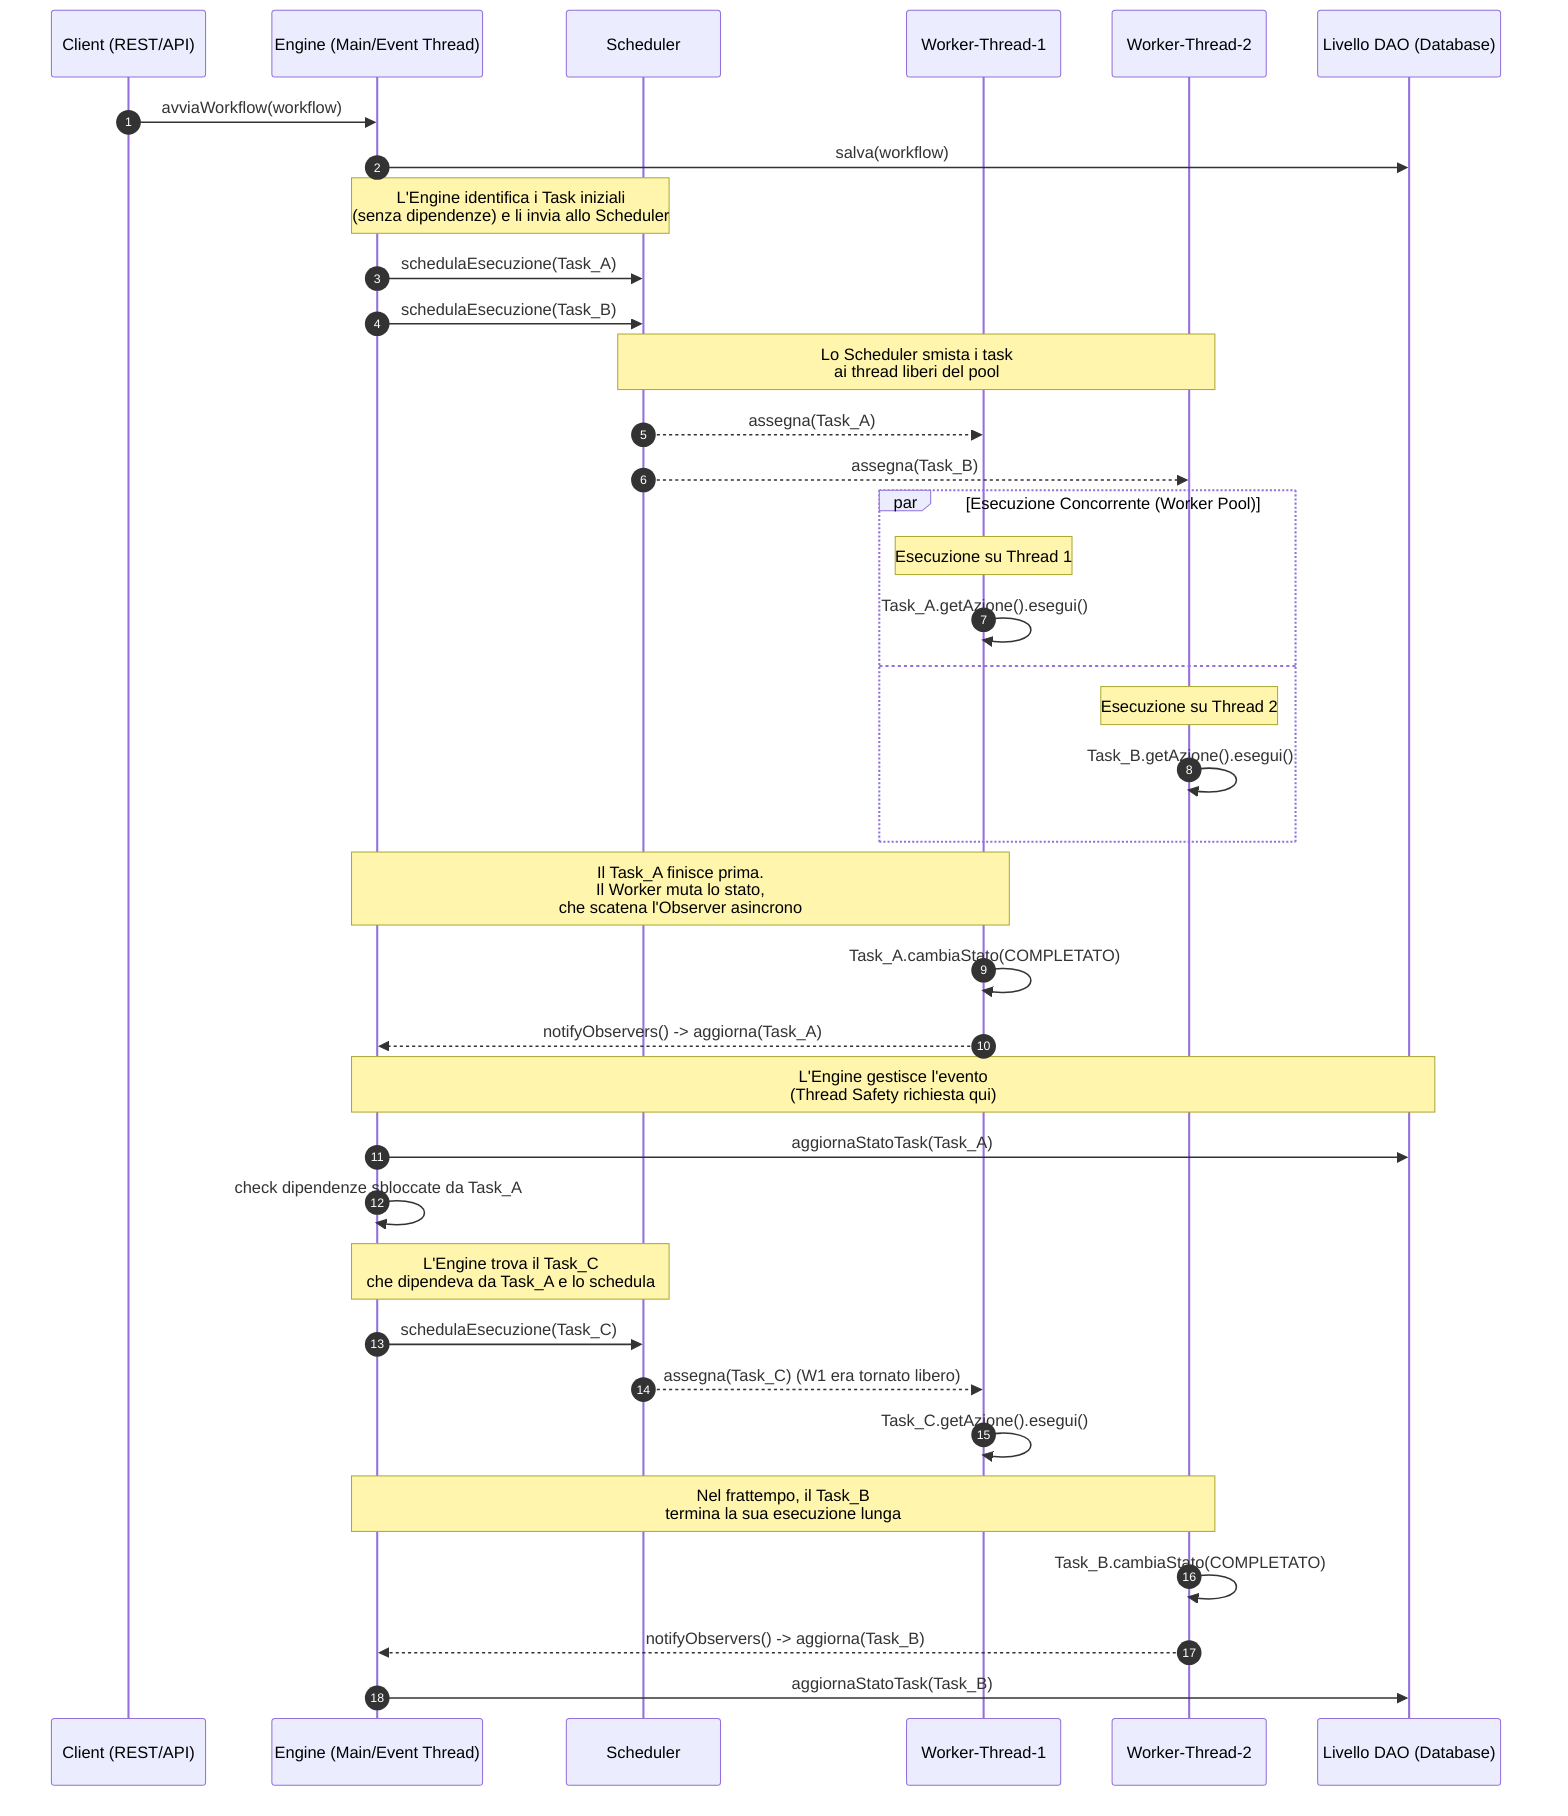
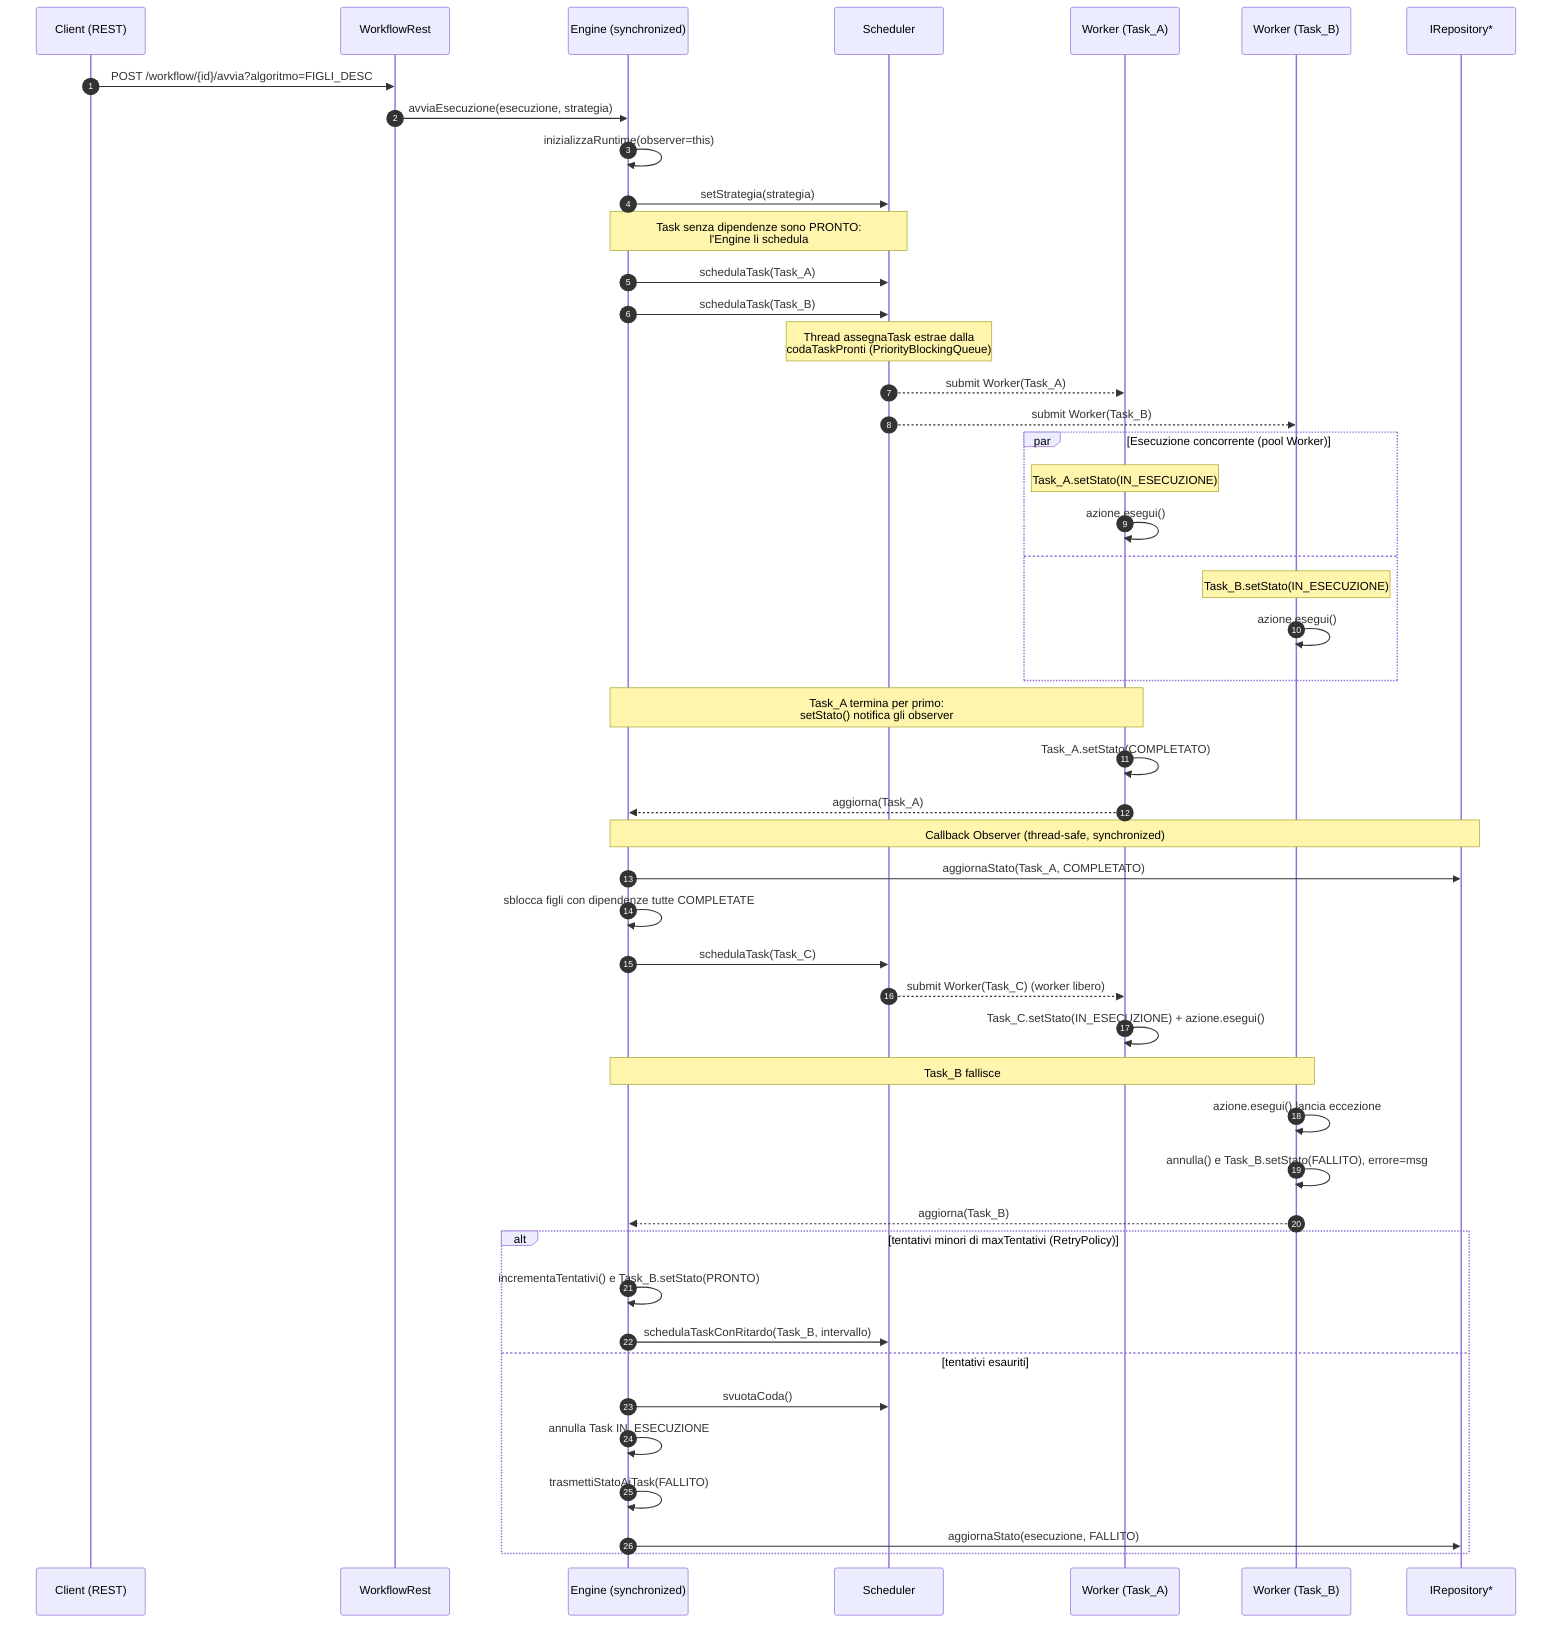
sequenceDiagram
    autonumber
-     participant C as Client (REST/API)
-     participant E as Engine (Main/Event Thread)
+     participant C as Client (REST)
+     participant Rest as WorkflowRest
+     participant E as Engine (synchronized)
    participant S as Scheduler
-     participant W1 as Worker-Thread-1
-     participant W2 as Worker-Thread-2
-     participant DB as Livello DAO (Database)
+     participant W1 as Worker (Task_A)
+     participant W2 as Worker (Task_B)
+     participant DAO as IRepository*

-     C->>E: avviaWorkflow(workflow)
-     E->>DB: salva(workflow)
+     C->>Rest: POST /workflow/{id}/avvia?algoritmo=FIGLI_DESC
+     Rest->>E: avviaEsecuzione(esecuzione, strategia)
+     E->>E: inizializzaRuntime(observer=this)
+     E->>S: setStrategia(strategia)

-     Note over E, S: L'Engine identifica i Task iniziali<br/>(senza dipendenze) e li invia allo Scheduler
-     E->>S: schedulaEsecuzione(Task_A)
-     E->>S: schedulaEsecuzione(Task_B)
+     Note over E, S: Task senza dipendenze sono PRONTO:<br/>l'Engine li schedula
+     E->>S: schedulaTask(Task_A)
+     E->>S: schedulaTask(Task_B)

-     Note over S, W2: Lo Scheduler smista i task<br/>ai thread liberi del pool
-     S-->>W1: assegna(Task_A)
-     S-->>W2: assegna(Task_B)
+     Note over S: Thread assegnaTask estrae dalla<br/>codaTaskPronti (PriorityBlockingQueue)
+     S-->>W1: submit Worker(Task_A)
+     S-->>W2: submit Worker(Task_B)

-     par Esecuzione Concorrente (Worker Pool)
-         Note over W1: Esecuzione su Thread 1
-         W1->>W1: Task_A.getAzione().esegui()
+     par Esecuzione concorrente (pool Worker)
+         Note over W1: Task_A.setStato(IN_ESECUZIONE)
+         W1->>W1: azione.esegui()
    and
-         Note over W2: Esecuzione su Thread 2
-         W2->>W2: Task_B.getAzione().esegui()
+         Note over W2: Task_B.setStato(IN_ESECUZIONE)
+         W2->>W2: azione.esegui()
    end

-     Note over W1, E: Il Task_A finisce prima.<br/>Il Worker muta lo stato,<br/>che scatena l'Observer asincrono
-     W1->>W1: Task_A.cambiaStato(COMPLETATO)
-     W1-->>E: notifyObservers() -> aggiorna(Task_A)
+     Note over W1, E: Task_A termina per primo:<br/>setStato() notifica gli observer
+     W1->>W1: Task_A.setStato(COMPLETATO)
+     W1-->>E: aggiorna(Task_A)

-     Note over E, DB: L'Engine gestisce l'evento<br/>(Thread Safety richiesta qui)
-     E->>DB: aggiornaStatoTask(Task_A)
-     E->>E: check dipendenze sbloccate da Task_A
+     Note over E, DAO: Callback Observer (thread-safe, synchronized)
+     E->>DAO: aggiornaStato(Task_A, COMPLETATO)
+     E->>E: sblocca figli con dipendenze tutte COMPLETATE
+     E->>S: schedulaTask(Task_C)
+     S-->>W1: submit Worker(Task_C) (worker libero)
+     W1->>W1: Task_C.setStato(IN_ESECUZIONE) + azione.esegui()

-     Note over E, S: L'Engine trova il Task_C<br/>che dipendeva da Task_A e lo schedula
-     E->>S: schedulaEsecuzione(Task_C)
-     S-->>W1: assegna(Task_C) (W1 era tornato libero)
-     W1->>W1: Task_C.getAzione().esegui()
+     Note over W2, E: Task_B fallisce
+     W2->>W2: azione.esegui() lancia eccezione
+     W2->>W2: annulla() e Task_B.setStato(FALLITO), errore=msg
+     W2-->>E: aggiorna(Task_B)

-     Note over W2, E: Nel frattempo, il Task_B<br/>termina la sua esecuzione lunga
-     W2->>W2: Task_B.cambiaStato(COMPLETATO)
-     W2-->>E: notifyObservers() -> aggiorna(Task_B)
-     E->>DB: aggiornaStatoTask(Task_B)+     alt tentativi minori di maxTentativi (RetryPolicy)
+         E->>E: incrementaTentativi() e Task_B.setStato(PRONTO)
+         E->>S: schedulaTaskConRitardo(Task_B, intervallo)
+     else tentativi esauriti
+         E->>S: svuotaCoda()
+         E->>E: annulla Task IN_ESECUZIONE
+         E->>E: trasmettiStatoAiTask(FALLITO)
+         E->>DAO: aggiornaStato(esecuzione, FALLITO)
+     end
